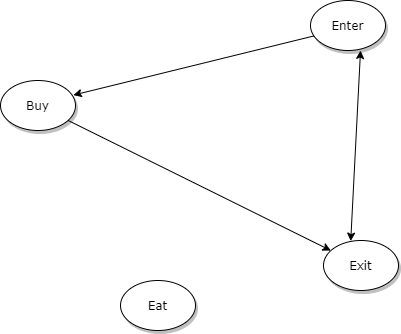
The draw.io diagram math163_F1.png in ldb385/MathDiagrams, before a commit. Source tidied: cells renumbered, new cells last; positions are measured from the earlier drawing's top-left corner, leaving out a move shared by most shapes.
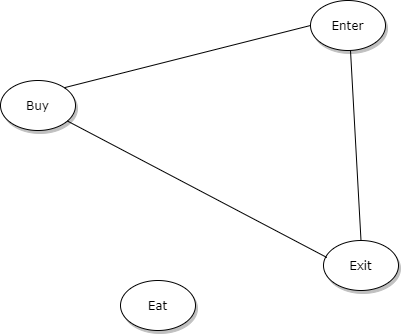
After the commit.

Change to the diagram source:
```diff
@@ -14,14 +14,16 @@
     <mxCell id="5" value="Exit" style="ellipse;whiteSpace=wrap;html=1;rounded=0;shadow=1;comic=0;labelBackgroundColor=none;strokeWidth=1;fontFamily=Verdana;fontSize=12;align=center;" parent="1" vertex="1">
       <mxGeometry x="323" y="240" width="75" height="50" as="geometry" />
     </mxCell>
-    <mxCell id="6" style="endArrow=classic;startArrow=classic;html=1;entryX=0.667;entryY=1;entryDx=0;entryDy=0;entryPerimeter=0;exitX=0.363;exitY=0.012;exitDx=0;exitDy=0;exitPerimeter=0;" parent="1" edge="1" source="5" target="4">
-      <mxGeometry relative="1" as="geometry" />
-    </mxCell>
+    <mxCell id="9" style="endArrow=none;html=1;exitX=0.5;exitY=0;exitDx=0;exitDy=0;" parent="1" edge="1" source="5">
+      <mxGeometry relative="1" as="geometry">
+        <mxPoint x="350" y="50" as="targetPoint" />
+      </mxGeometry>
+    </mxCell>
+    <mxCell id="8" style="endArrow=none;html=1;entryX=0.045;entryY=0.34;entryDx=0;entryDy=0;entryPerimeter=0;" parent="1" edge="1" source="3" target="5">
+      <mxGeometry relative="1" as="geometry" />
+    </mxCell>
-    <mxCell id="7" style="endArrow=classic;html=1;entryX=0.971;entryY=0.292;entryDx=0;entryDy=0;entryPerimeter=0;exitX=0.048;exitY=0.708;exitDx=0;exitDy=0;exitPerimeter=0;" parent="1" edge="1" source="4" target="3">
+    <mxCell id="7" style="endArrow=none;html=1;exitX=0;exitY=0.5;exitDx=0;exitDy=0;entryX=1;entryY=0;entryDx=0;entryDy=0;" parent="1" edge="1" source="4" target="3">
       <mxGeometry relative="1" as="geometry" />
     </mxCell>
-    <mxCell id="8" style="endArrow=classic;html=1;" parent="1" edge="1" source="3" target="5">
-      <mxGeometry relative="1" as="geometry" />
-    </mxCell>
   </root>
 </mxGraphModel>
```
